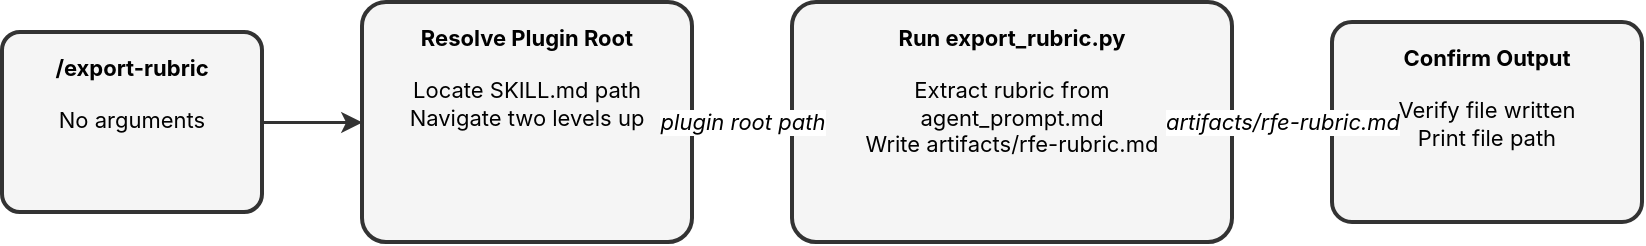
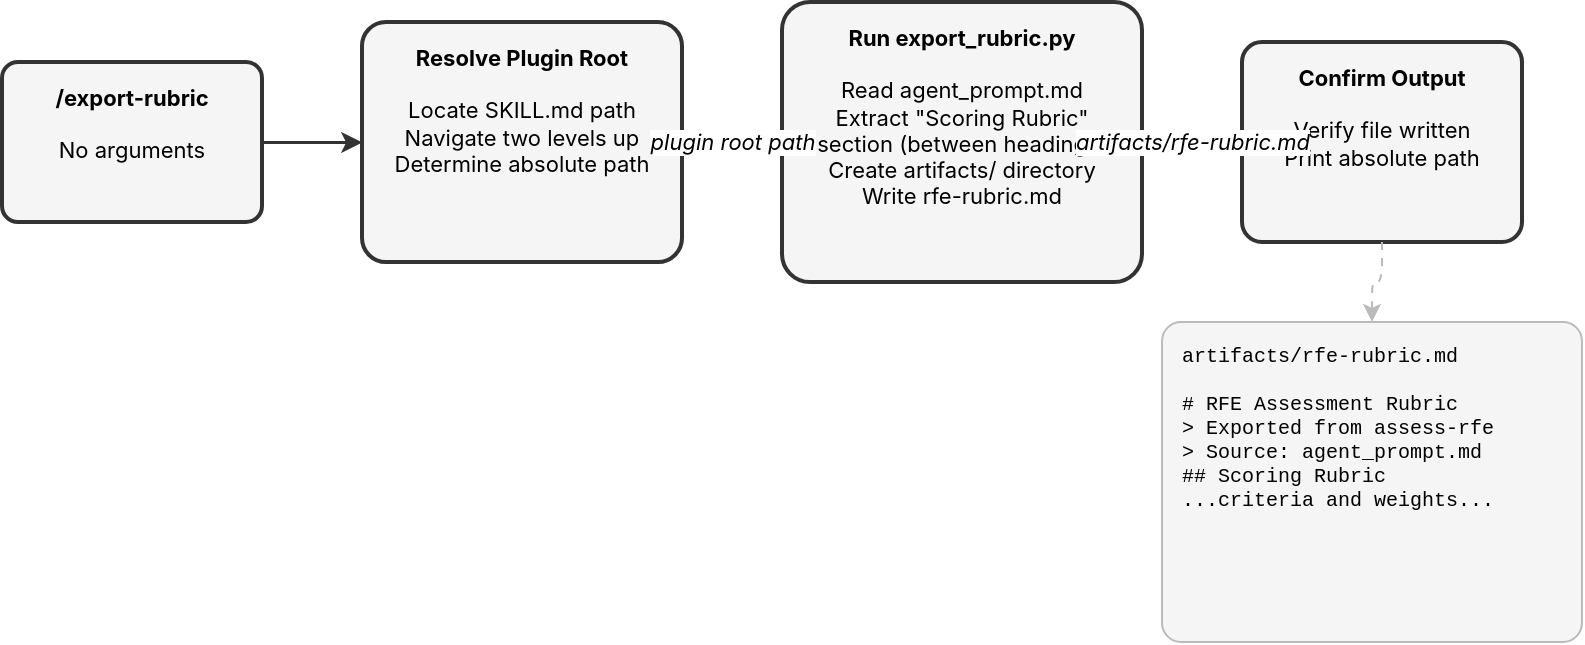
<mxGraphModel adaptiveColors="auto">
  <root>
    <mxCell id="0"/>
    <mxCell id="1" parent="0"/>
    <mxCell id="entry" value="&lt;b&gt;/export-rubric&lt;/b&gt;&lt;br&gt;&lt;br&gt;No arguments" style="rounded=1;whiteSpace=wrap;html=1;fillColor=#f5f5f5;strokeColor=#333333;strokeWidth=2;arcSize=10;verticalAlign=top;spacingTop=5;fontSize=11;fontFamily=Inter,Helvetica,Arial,sans-serif;" vertex="1" parent="1">
-       <mxGeometry x="30" y="55" width="130" height="90" as="geometry"/>
+       <mxGeometry x="30" y="60" width="130" height="80" as="geometry"/>
    </mxCell>
-     <mxCell id="resolve" value="&lt;b&gt;Resolve Plugin Root&lt;/b&gt;&lt;br&gt;&lt;br&gt;Locate SKILL.md path&lt;br&gt;Navigate two levels up" style="rounded=1;whiteSpace=wrap;html=1;fillColor=#f5f5f5;strokeColor=#333333;strokeWidth=2;arcSize=10;verticalAlign=top;spacingTop=5;fontSize=11;fontFamily=Inter,Helvetica,Arial,sans-serif;" vertex="1" parent="1">
-       <mxGeometry x="210" y="40" width="165" height="120" as="geometry"/>
+     <mxCell id="resolve" value="&lt;b&gt;Resolve Plugin Root&lt;/b&gt;&lt;br&gt;&lt;br&gt;Locate SKILL.md path&lt;br&gt;Navigate two levels up&lt;br&gt;Determine absolute path" style="rounded=1;whiteSpace=wrap;html=1;fillColor=#f5f5f5;strokeColor=#333333;strokeWidth=2;arcSize=10;verticalAlign=top;spacingTop=5;fontSize=11;fontFamily=Inter,Helvetica,Arial,sans-serif;" vertex="1" parent="1">
+       <mxGeometry x="210" y="40" width="160" height="120" as="geometry"/>
    </mxCell>
-     <mxCell id="export" value="&lt;b&gt;Run export_rubric.py&lt;/b&gt;&lt;br&gt;&lt;br&gt;Extract rubric from&lt;br&gt;agent_prompt.md&lt;br&gt;Write artifacts/rfe-rubric.md" style="rounded=1;whiteSpace=wrap;html=1;fillColor=#f5f5f5;strokeColor=#333333;strokeWidth=2;arcSize=10;verticalAlign=top;spacingTop=5;fontSize=11;fontFamily=Inter,Helvetica,Arial,sans-serif;" vertex="1" parent="1">
-       <mxGeometry x="425" y="40" width="220" height="120" as="geometry"/>
+     <mxCell id="export" value="&lt;b&gt;Run export_rubric.py&lt;/b&gt;&lt;br&gt;&lt;br&gt;Read agent_prompt.md&lt;br&gt;Extract &quot;Scoring Rubric&quot;&lt;br&gt;section (between headings)&lt;br&gt;Create artifacts/ directory&lt;br&gt;Write rfe-rubric.md" style="rounded=1;whiteSpace=wrap;html=1;fillColor=#f5f5f5;strokeColor=#333333;strokeWidth=2;arcSize=10;verticalAlign=top;spacingTop=5;fontSize=11;fontFamily=Inter,Helvetica,Arial,sans-serif;" vertex="1" parent="1">
+       <mxGeometry x="420" y="30" width="180" height="140" as="geometry"/>
    </mxCell>
-     <mxCell id="confirm" value="&lt;b&gt;Confirm Output&lt;/b&gt;&lt;br&gt;&lt;br&gt;Verify file written&lt;br&gt;Print file path" style="rounded=1;whiteSpace=wrap;html=1;fillColor=#f5f5f5;strokeColor=#333333;strokeWidth=2;arcSize=10;verticalAlign=top;spacingTop=5;fontSize=11;fontFamily=Inter,Helvetica,Arial,sans-serif;" vertex="1" parent="1">
-       <mxGeometry x="695" y="50" width="155" height="100" as="geometry"/>
+     <mxCell id="confirm" value="&lt;b&gt;Confirm Output&lt;/b&gt;&lt;br&gt;&lt;br&gt;Verify file written&lt;br&gt;Print absolute path" style="rounded=1;whiteSpace=wrap;html=1;fillColor=#f5f5f5;strokeColor=#333333;strokeWidth=2;arcSize=10;verticalAlign=top;spacingTop=5;fontSize=11;fontFamily=Inter,Helvetica,Arial,sans-serif;" vertex="1" parent="1">
+       <mxGeometry x="650" y="50" width="140" height="100" as="geometry"/>
+     </mxCell>
+     <mxCell id="rubric-file" value="artifacts/rfe-rubric.md&lt;br&gt;&lt;br&gt;# RFE Assessment Rubric&lt;br&gt;&gt; Exported from assess-rfe&lt;br&gt;&gt; Source: agent_prompt.md&lt;br&gt;## Scoring Rubric&lt;br&gt;...criteria and weights..." style="rounded=1;whiteSpace=wrap;html=1;fillColor=#f5f5f5;strokeColor=#bbbbbb;strokeWidth=1;arcSize=6;verticalAlign=top;spacingTop=5;align=left;spacingLeft=8;fontSize=10;fontFamily=JetBrains Mono,Courier New,monospace;" vertex="1" parent="1">
+       <mxGeometry x="610" y="190" width="210" height="160" as="geometry"/>
    </mxCell>
    <mxCell id="e1" style="edgeStyle=orthogonalEdgeStyle;rounded=1;strokeColor=#333333;strokeWidth=1.5;html=1;fontFamily=Inter,Helvetica,Arial,sans-serif;exitX=1;exitY=0.5;exitDx=0;exitDy=0;entryX=0;entryY=0.5;entryDx=0;entryDy=0;" edge="1" source="entry" target="resolve" parent="1">
      <mxGeometry relative="1" as="geometry">
      </mxGeometry>
    </mxCell>
    <mxCell id="e2" value="plugin root path" style="edgeStyle=orthogonalEdgeStyle;rounded=1;strokeColor=#333333;strokeWidth=1.5;html=1;fontStyle=2;fontSize=11;fontFamily=Inter,Helvetica,Arial,sans-serif;exitX=1;exitY=0.5;exitDx=0;exitDy=0;entryX=0;entryY=0.5;entryDx=0;entryDy=0;" edge="1" source="resolve" target="export" parent="1">
      <mxGeometry relative="1" as="geometry">
      </mxGeometry>
    </mxCell>
    <mxCell id="e3" value="artifacts/rfe-rubric.md" style="edgeStyle=orthogonalEdgeStyle;rounded=1;strokeColor=#333333;strokeWidth=1.5;html=1;fontStyle=2;fontSize=11;fontFamily=Inter,Helvetica,Arial,sans-serif;exitX=1;exitY=0.5;exitDx=0;exitDy=0;entryX=0;entryY=0.5;entryDx=0;entryDy=0;" edge="1" source="export" target="confirm" parent="1">
      <mxGeometry relative="1" as="geometry">
      </mxGeometry>
    </mxCell>
+     <mxCell id="e4" style="edgeStyle=orthogonalEdgeStyle;rounded=1;strokeColor=#bbbbbb;strokeWidth=1;dashed=1;dashPattern=4 4;html=1;fontFamily=Inter,Helvetica,Arial,sans-serif;exitX=0.5;exitY=1;exitDx=0;exitDy=0;entryX=0.5;entryY=0;entryDx=0;entryDy=0;" edge="1" source="confirm" target="rubric-file" parent="1">
+       <mxGeometry relative="1" as="geometry">
+       </mxGeometry>
+     </mxCell>
  </root>
</mxGraphModel>
